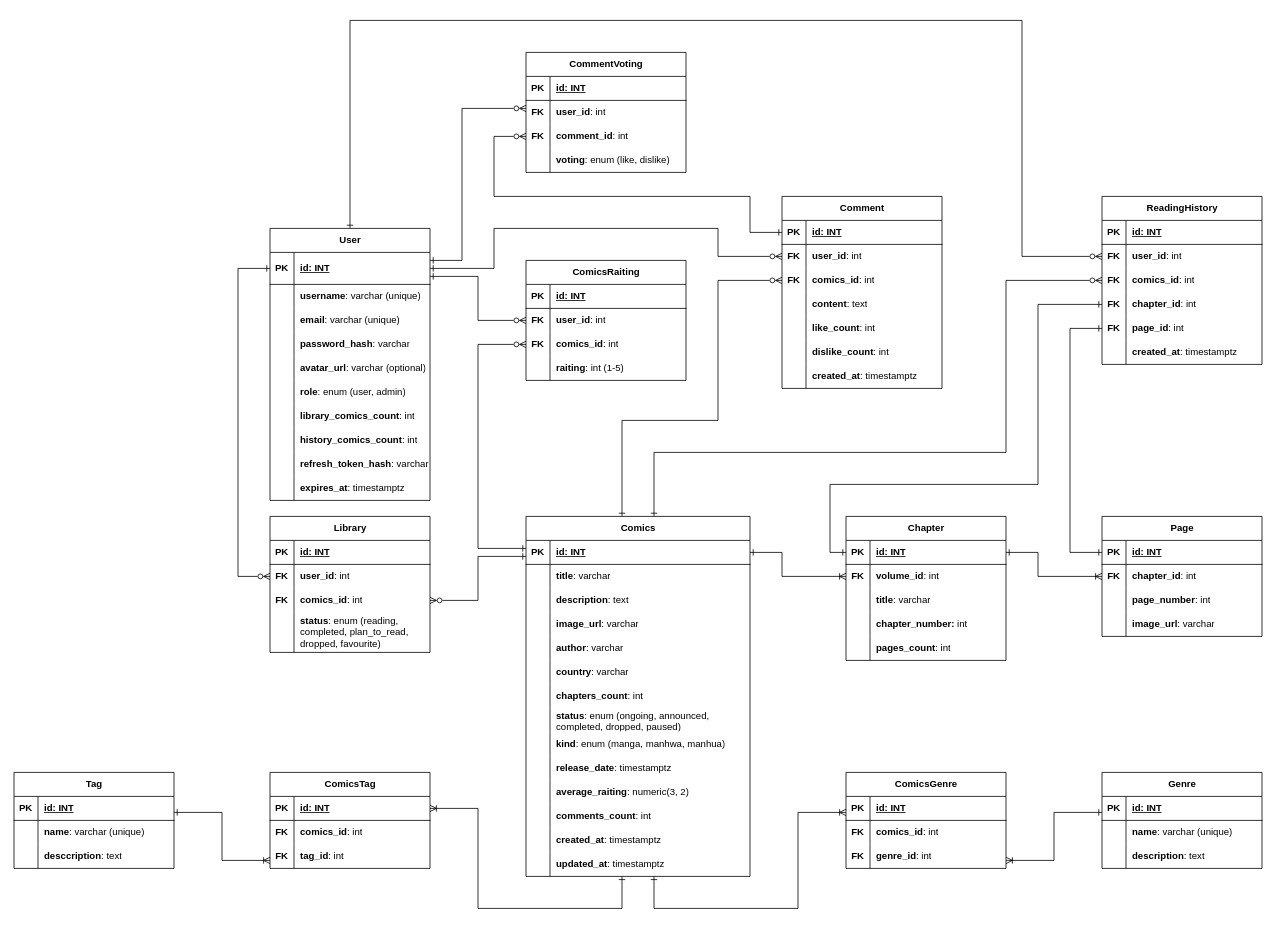
Above: docs/assets/diagrams/ERD/ERD.drawio in TeleManga/docs (draw.io), before the change. Source tidied: cells renumbered, new cells numbered last; positions are measured from the earlier drawing's top-left corner, leaving out a move shared by most shapes. Both pictures are drawn from the tidied source at 80%, with x=0, y=0 at pixel (14, 20).
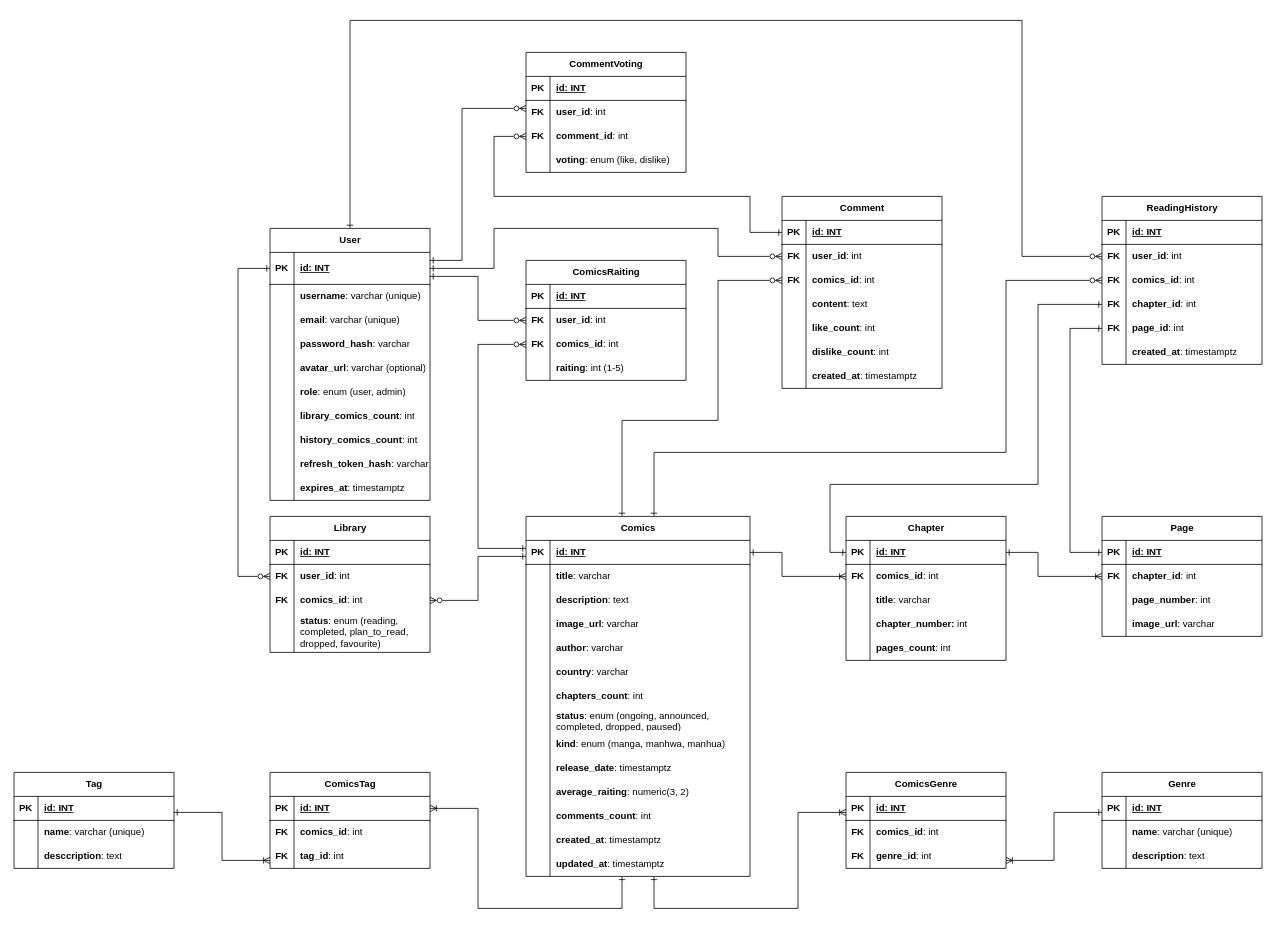
After the change.

Unchanged cells that the change refers to:
```xml
<mxCell id="74" style="shape=tableRow;horizontal=0;startSize=0;swimlaneHead=0;swimlaneBody=0;fillColor=none;points=[[0,0.5],[1,0.5]];portConstraint=eastwest;top=0;left=0;right=0;bottom=0;fontColor=#000000;labelBackgroundColor=none;" parent="70" vertex="1">
  <mxGeometry y="60" width="200" height="30" as="geometry" />
</mxCell>
```

What changed in the source:
```diff
@@
-    <mxCell id="76" value="&lt;b&gt;volume_id&lt;/b&gt;: int" style="shape=partialRectangle;fillColor=none;top=0;left=0;bottom=0;right=0;align=left;spacingLeft=6;overflow=hidden;whiteSpace=wrap;html=1;fontColor=#000000;labelBackgroundColor=none;" parent="74" vertex="1">
+    <mxCell id="76" value="&lt;b&gt;comics_id&lt;/b&gt;: int" style="shape=partialRectangle;fillColor=none;top=0;left=0;bottom=0;right=0;align=left;spacingLeft=6;overflow=hidden;whiteSpace=wrap;html=1;fontColor=#000000;labelBackgroundColor=none;" parent="74" vertex="1">
       <mxGeometry x="30" width="170" height="30" as="geometry" />
     </mxCell>
```
